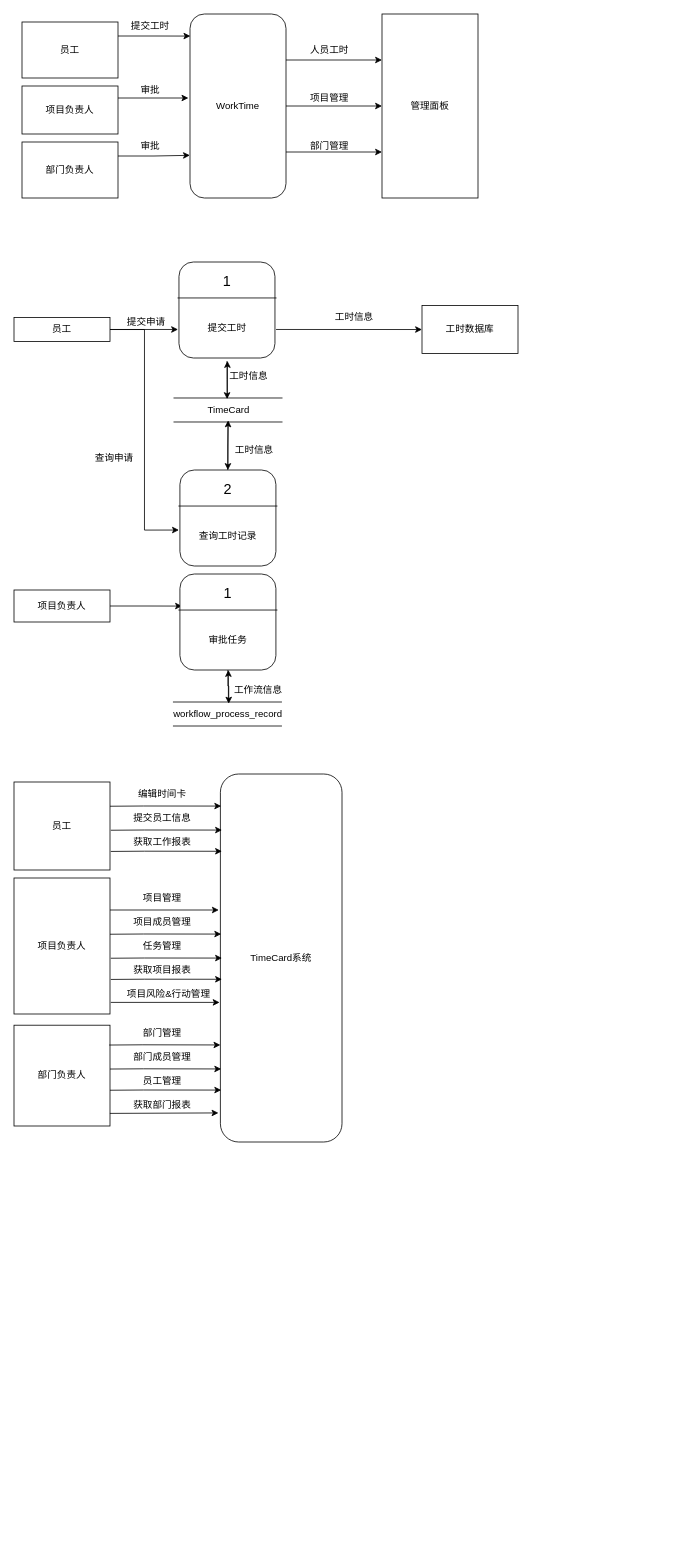
Alive0103/chart keeps this draw.io diagram as WorkTime/WorkTime.drawio. Above is the earlier version. Source tidied: cells renumbered, new cells numbered last; positions are measured from the earlier drawing's top-left corner, leaving out a move shared by most shapes. Both pictures are drawn from the tidied source at 80%, with x=0, y=0 at pixel (14, 14).
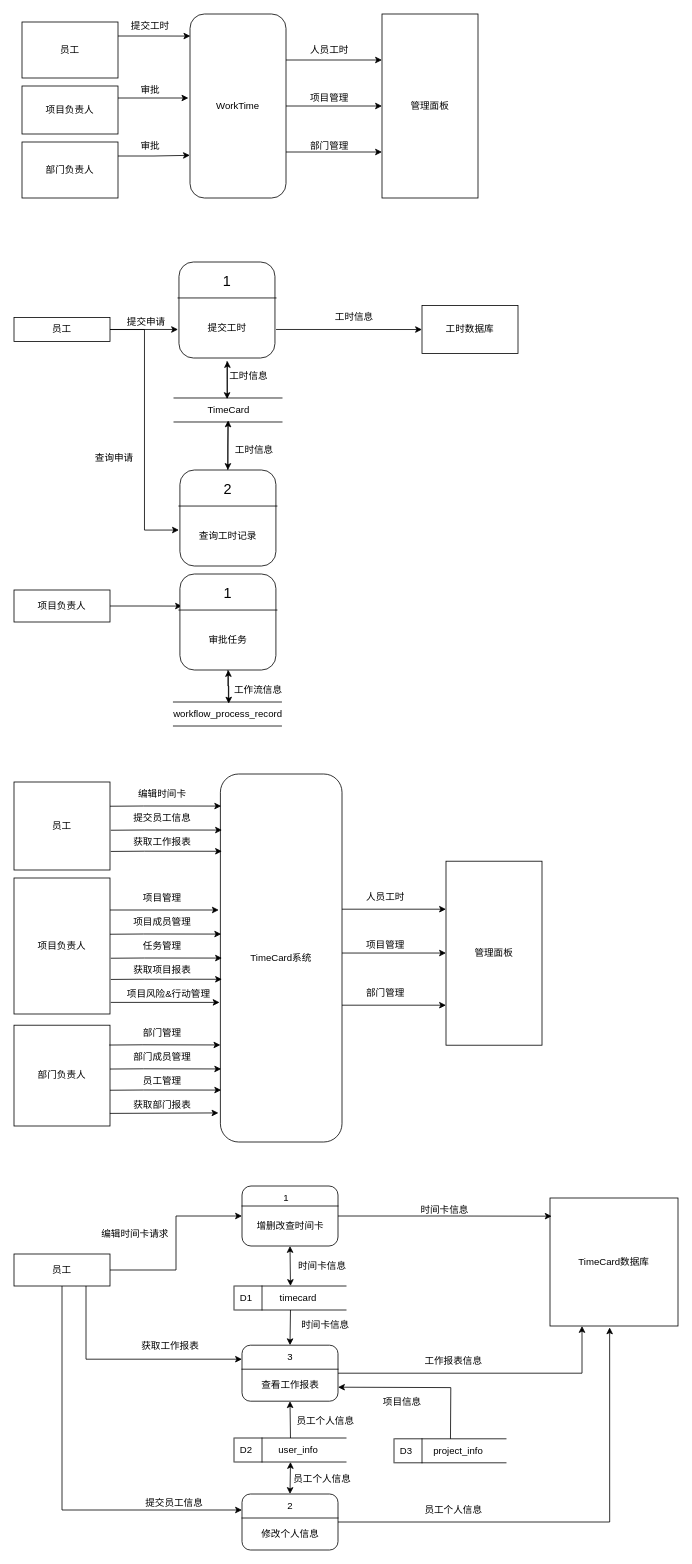
Above is the later version.

Change to the diagram source:
```diff
@@
+    <mxCell id="88" value="管理面板" style="rounded=0;whiteSpace=wrap;html=1;" parent="1" vertex="1">
+      <mxGeometry x="540" y="1059" width="120" height="230" as="geometry" />
+    </mxCell>
+    <mxCell id="89" value="人员工时" style="text;html=1;align=center;verticalAlign=middle;strokeColor=none;fillColor=none;" parent="1" vertex="1">
+      <mxGeometry x="429" y="1089" width="70" height="30" as="geometry" />
+    </mxCell>
+    <mxCell id="90" value="项目管理" style="text;html=1;align=center;verticalAlign=middle;strokeColor=none;fillColor=none;" parent="1" vertex="1">
+      <mxGeometry x="429" y="1149" width="70" height="30" as="geometry" />
+    </mxCell>
+    <mxCell id="91" value="部门管理" style="text;html=1;align=center;verticalAlign=middle;strokeColor=none;fillColor=none;" parent="1" vertex="1">
+      <mxGeometry x="429" y="1209" width="70" height="30" as="geometry" />
+    </mxCell>
+    <mxCell id="92" style="endArrow=classic;html=1;rounded=0;exitX=0.999;exitY=0.875;exitDx=0;exitDy=0;exitPerimeter=0;" parent="1" edge="1">
+      <mxGeometry relative="1" as="geometry">
+        <mxPoint x="410" y="1119" as="sourcePoint" />
+        <mxPoint x="540" y="1119" as="targetPoint" />
+      </mxGeometry>
+    </mxCell>
+    <mxCell id="93" style="endArrow=classic;html=1;rounded=0;exitX=0.999;exitY=0.875;exitDx=0;exitDy=0;exitPerimeter=0;" parent="1" edge="1">
+      <mxGeometry relative="1" as="geometry">
+        <mxPoint x="410" y="1173.8" as="sourcePoint" />
+        <mxPoint x="540" y="1173.8" as="targetPoint" />
+      </mxGeometry>
+    </mxCell>
+    <mxCell id="94" style="endArrow=classic;html=1;rounded=0;exitX=0.999;exitY=0.875;exitDx=0;exitDy=0;exitPerimeter=0;" parent="1" edge="1">
+      <mxGeometry relative="1" as="geometry">
+        <mxPoint x="410" y="1239" as="sourcePoint" />
+        <mxPoint x="540" y="1239" as="targetPoint" />
+      </mxGeometry>
+    </mxCell>
+    <mxCell id="95" style="edgeStyle=orthogonalEdgeStyle;rounded=0;jettySize=auto;html=1;exitX=1;exitY=0.5;exitDx=0;exitDy=0;entryX=0;entryY=0.5;entryDx=0;entryDy=0;" parent="1" edge="1" source="98" target="102">
+      <mxGeometry relative="1" as="geometry" />
+    </mxCell>
+    <mxCell id="96" style="edgeStyle=orthogonalEdgeStyle;rounded=0;jettySize=auto;html=1;exitX=0.75;exitY=1;exitDx=0;exitDy=0;entryX=0;entryY=0.25;entryDx=0;entryDy=0;" parent="1" edge="1" source="98" target="111">
+      <mxGeometry relative="1" as="geometry" />
+    </mxCell>
+    <mxCell id="97" style="edgeStyle=orthogonalEdgeStyle;rounded=0;jettySize=auto;html=1;exitX=0.5;exitY=1;exitDx=0;exitDy=0;entryX=0.5;entryY=0;entryDx=0;entryDy=0;" parent="1" edge="1" source="98" target="107">
+      <mxGeometry relative="1" as="geometry" />
+    </mxCell>
+    <mxCell id="98" value="员工" style="rounded=0;whiteSpace=wrap;html=1;" parent="1" vertex="1">
+      <mxGeometry y="1550" width="120" height="40" as="geometry" />
+    </mxCell>
+    <mxCell id="99" value="编辑时间卡请求" style="text;html=1;align=center;verticalAlign=middle;strokeColor=none;fillColor=none;" parent="1" vertex="1">
+      <mxGeometry x="96.2" y="1510" width="110" height="30" as="geometry" />
+    </mxCell>
+    <mxCell id="100" value="提交员工信息" style="text;html=1;align=center;verticalAlign=middle;strokeColor=none;fillColor=none;" parent="1" vertex="1">
+      <mxGeometry x="150" y="1846" width="100" height="30" as="geometry" />
+    </mxCell>
+    <mxCell id="101" value="获取工作报表" style="text;html=1;align=center;verticalAlign=middle;strokeColor=none;fillColor=none;" parent="1" vertex="1">
+      <mxGeometry x="145" y="1650" width="100" height="30" as="geometry" />
+    </mxCell>
+    <mxCell id="102" value="&lt;div style=&quot;&quot;&gt;&lt;br&gt;&lt;/div&gt;" style="rounded=1;whiteSpace=wrap;html=1;align=center;" parent="1" vertex="1">
+      <mxGeometry x="285" y="1465" width="120" height="75" as="geometry" />
+    </mxCell>
+    <mxCell id="103" style="shape=partialRectangle;whiteSpace=wrap;html=1;right=0;top=0;bottom=0;fillColor=none;routingCenterX=-0.5;rotation=-90;" parent="1" vertex="1">
+      <mxGeometry x="335" y="1420" width="20" height="120" as="geometry" />
+    </mxCell>
+    <mxCell id="104" value="1" style="text;html=1;align=center;verticalAlign=middle;strokeColor=none;fillColor=none;" parent="1" vertex="1">
+      <mxGeometry x="325" y="1465" width="30" height="30" as="geometry" />
+    </mxCell>
+    <mxCell id="105" value="增删改查时间卡" style="text;html=1;align=center;verticalAlign=middle;strokeColor=none;fillColor=none;" parent="1" vertex="1">
+      <mxGeometry x="290" y="1500" width="110" height="30" as="geometry" />
+    </mxCell>
+    <mxCell id="106" value="&lt;div style=&quot;&quot;&gt;&lt;br&gt;&lt;/div&gt;" style="rounded=1;whiteSpace=wrap;html=1;align=center;" parent="1" vertex="1">
+      <mxGeometry x="285" y="1850" width="120" height="70" as="geometry" />
+    </mxCell>
+    <mxCell id="107" style="shape=partialRectangle;whiteSpace=wrap;html=1;right=0;top=0;bottom=0;fillColor=none;routingCenterX=-0.5;rotation=-90;" parent="1" vertex="1">
+      <mxGeometry x="335" y="1810" width="20" height="120" as="geometry" />
+    </mxCell>
+    <mxCell id="108" value="2" style="text;html=1;align=center;verticalAlign=middle;strokeColor=none;fillColor=none;" parent="1" vertex="1">
+      <mxGeometry x="330" y="1850" width="30" height="30" as="geometry" />
+    </mxCell>
+    <mxCell id="109" value="修改个人信息" style="text;html=1;align=center;verticalAlign=middle;strokeColor=none;fillColor=none;" parent="1" vertex="1">
+      <mxGeometry x="295" y="1885" width="100" height="30" as="geometry" />
+    </mxCell>
+    <mxCell id="110" style="edgeStyle=orthogonalEdgeStyle;rounded=0;jettySize=auto;html=1;exitX=1;exitY=0.5;exitDx=0;exitDy=0;entryX=0.25;entryY=1;entryDx=0;entryDy=0;" parent="1" edge="1" source="111" target="133">
+      <mxGeometry relative="1" as="geometry" />
+    </mxCell>
+    <mxCell id="111" value="&lt;div style=&quot;&quot;&gt;&lt;br&gt;&lt;/div&gt;" style="rounded=1;whiteSpace=wrap;html=1;align=center;" parent="1" vertex="1">
+      <mxGeometry x="285" y="1664" width="120" height="70" as="geometry" />
+    </mxCell>
+    <mxCell id="112" style="shape=partialRectangle;whiteSpace=wrap;html=1;right=0;top=0;bottom=0;fillColor=none;routingCenterX=-0.5;rotation=-90;" parent="1" vertex="1">
+      <mxGeometry x="335" y="1624" width="20" height="120" as="geometry" />
+    </mxCell>
+    <mxCell id="113" value="3" style="text;html=1;align=center;verticalAlign=middle;strokeColor=none;fillColor=none;" parent="1" vertex="1">
+      <mxGeometry x="330" y="1664" width="30" height="30" as="geometry" />
+    </mxCell>
+    <mxCell id="114" value="查看工作报表" style="text;html=1;align=center;verticalAlign=middle;strokeColor=none;fillColor=none;" parent="1" vertex="1">
+      <mxGeometry x="295" y="1699" width="100" height="30" as="geometry" />
+    </mxCell>
+    <mxCell id="115" style="group;" parent="1" vertex="1">
+      <mxGeometry x="270" y="1590" width="145" height="30" as="geometry" />
+    </mxCell>
+    <mxCell id="116" style="shape=partialRectangle;whiteSpace=wrap;html=1;top=0;bottom=0;fillColor=none;rotation=-90;" parent="115" vertex="1">
+      <mxGeometry x="60.6" y="-54.4" width="30" height="138.8" as="geometry" />
+    </mxCell>
+    <mxCell id="117" style="shape=partialRectangle;whiteSpace=wrap;html=1;right=0;top=0;bottom=0;fillColor=none;routingCenterX=-0.5;" parent="115" vertex="1">
+      <mxGeometry x="5" width="20" height="30" as="geometry" />
+    </mxCell>
+    <mxCell id="118" style="shape=partialRectangle;whiteSpace=wrap;html=1;right=0;top=0;bottom=0;fillColor=none;routingCenterX=-0.5;" parent="115" vertex="1">
+      <mxGeometry x="40" width="30" height="30" as="geometry" />
+    </mxCell>
+    <mxCell id="119" value="D1" style="text;html=1;align=center;verticalAlign=middle;strokeColor=none;fillColor=none;" parent="115" vertex="1">
+      <mxGeometry width="40" height="30" as="geometry" />
+    </mxCell>
+    <mxCell id="120" value="timecard" style="text;html=1;align=center;verticalAlign=middle;strokeColor=none;fillColor=none;" parent="115" vertex="1">
+      <mxGeometry x="50" width="70" height="30" as="geometry" />
+    </mxCell>
+    <mxCell id="121" style="group;" parent="1" vertex="1">
+      <mxGeometry x="270" y="1780" width="145" height="30" as="geometry" />
+    </mxCell>
+    <mxCell id="122" style="shape=partialRectangle;whiteSpace=wrap;html=1;top=0;bottom=0;fillColor=none;rotation=-90;" parent="121" vertex="1">
+      <mxGeometry x="60.6" y="-54.4" width="30" height="138.8" as="geometry" />
+    </mxCell>
+    <mxCell id="123" style="shape=partialRectangle;whiteSpace=wrap;html=1;right=0;top=0;bottom=0;fillColor=none;routingCenterX=-0.5;" parent="121" vertex="1">
+      <mxGeometry x="5" width="20" height="30" as="geometry" />
+    </mxCell>
+    <mxCell id="124" style="shape=partialRectangle;whiteSpace=wrap;html=1;right=0;top=0;bottom=0;fillColor=none;routingCenterX=-0.5;" parent="121" vertex="1">
+      <mxGeometry x="40" width="30" height="30" as="geometry" />
+    </mxCell>
+    <mxCell id="125" value="D2" style="text;html=1;align=center;verticalAlign=middle;strokeColor=none;fillColor=none;" parent="121" vertex="1">
+      <mxGeometry width="40" height="30" as="geometry" />
+    </mxCell>
+    <mxCell id="126" value="user_info" style="text;html=1;align=center;verticalAlign=middle;strokeColor=none;fillColor=none;" parent="121" vertex="1">
+      <mxGeometry x="50" width="70" height="30" as="geometry" />
+    </mxCell>
+    <mxCell id="127" style="group;" parent="1" vertex="1">
+      <mxGeometry x="470" y="1781" width="145" height="30" as="geometry" />
+    </mxCell>
+    <mxCell id="128" style="shape=partialRectangle;whiteSpace=wrap;html=1;top=0;bottom=0;fillColor=none;rotation=-90;" parent="127" vertex="1">
+      <mxGeometry x="60.6" y="-54.4" width="30" height="138.8" as="geometry" />
+    </mxCell>
+    <mxCell id="129" style="shape=partialRectangle;whiteSpace=wrap;html=1;right=0;top=0;bottom=0;fillColor=none;routingCenterX=-0.5;" parent="127" vertex="1">
+      <mxGeometry x="5" width="20" height="30" as="geometry" />
+    </mxCell>
+    <mxCell id="130" style="shape=partialRectangle;whiteSpace=wrap;html=1;right=0;top=0;bottom=0;fillColor=none;routingCenterX=-0.5;" parent="127" vertex="1">
+      <mxGeometry x="40" width="30" height="30" as="geometry" />
+    </mxCell>
+    <mxCell id="131" value="D3" style="text;html=1;align=center;verticalAlign=middle;strokeColor=none;fillColor=none;" parent="127" vertex="1">
+      <mxGeometry width="40" height="30" as="geometry" />
+    </mxCell>
+    <mxCell id="132" value="project_info" style="text;html=1;align=center;verticalAlign=middle;strokeColor=none;fillColor=none;" parent="127" vertex="1">
+      <mxGeometry x="40" width="90" height="30" as="geometry" />
+    </mxCell>
+    <mxCell id="133" value="TimeCard数据库" style="rounded=0;whiteSpace=wrap;html=1;" parent="1" vertex="1">
+      <mxGeometry x="670" y="1480" width="160" height="160" as="geometry" />
+    </mxCell>
+    <mxCell id="134" value="时间卡信息" style="text;html=1;align=center;verticalAlign=middle;strokeColor=none;fillColor=none;" parent="1" vertex="1">
+      <mxGeometry x="497.5" y="1480" width="80" height="30" as="geometry" />
+    </mxCell>
+    <mxCell id="135" value="工作报表信息" style="text;html=1;align=center;verticalAlign=middle;strokeColor=none;fillColor=none;" parent="1" vertex="1">
+      <mxGeometry x="499" y="1669" width="100" height="30" as="geometry" />
+    </mxCell>
+    <mxCell id="136" value="员工个人信息" style="text;html=1;align=center;verticalAlign=middle;strokeColor=none;fillColor=none;" parent="1" vertex="1">
+      <mxGeometry x="499" y="1855" width="100" height="30" as="geometry" />
+    </mxCell>
+    <mxCell id="137" value="时间卡信息" style="text;html=1;align=center;verticalAlign=middle;strokeColor=none;fillColor=none;" parent="1" vertex="1">
+      <mxGeometry x="345" y="1550" width="80" height="30" as="geometry" />
+    </mxCell>
+    <mxCell id="138" value="员工个人信息" style="text;html=1;align=center;verticalAlign=middle;strokeColor=none;fillColor=none;" parent="1" vertex="1">
+      <mxGeometry x="335" y="1816" width="100" height="30" as="geometry" />
+    </mxCell>
+    <mxCell id="139" value="项目信息" style="text;html=1;align=center;verticalAlign=middle;strokeColor=none;fillColor=none;" parent="1" vertex="1">
+      <mxGeometry x="450" y="1720" width="70" height="30" as="geometry" />
+    </mxCell>
+    <mxCell id="140" style="edgeStyle=orthogonalEdgeStyle;rounded=0;jettySize=auto;html=1;exitX=1;exitY=0.5;exitDx=0;exitDy=0;entryX=0.466;entryY=1.011;entryDx=0;entryDy=0;entryPerimeter=0;" parent="1" edge="1" source="106" target="133">
+      <mxGeometry relative="1" as="geometry" />
+    </mxCell>
+    <mxCell id="141" style="endArrow=classic;startArrow=classic;html=1;rounded=0;exitX=0.5;exitY=0;exitDx=0;exitDy=0;entryX=0;entryY=0.5;entryDx=0;entryDy=0;" parent="1" edge="1" source="106" target="122">
+      <mxGeometry relative="1" as="geometry" />
+    </mxCell>
+    <mxCell id="142" style="edgeStyle=orthogonalEdgeStyle;rounded=0;jettySize=auto;html=1;exitX=1;exitY=0.5;exitDx=0;exitDy=0;entryX=0.013;entryY=0.142;entryDx=0;entryDy=0;entryPerimeter=0;" parent="1" edge="1" source="102" target="133">
+      <mxGeometry relative="1" as="geometry" />
+    </mxCell>
+    <mxCell id="143" style="endArrow=classic;startArrow=classic;html=1;rounded=0;exitX=1;exitY=0.5;exitDx=0;exitDy=0;entryX=0.5;entryY=1;entryDx=0;entryDy=0;" parent="1" edge="1" source="116" target="102">
+      <mxGeometry relative="1" as="geometry" />
+    </mxCell>
+    <mxCell id="144" value="时间卡信息" style="text;html=1;align=center;verticalAlign=middle;strokeColor=none;fillColor=none;" parent="1" vertex="1">
+      <mxGeometry x="349" y="1624" width="80" height="30" as="geometry" />
+    </mxCell>
+    <mxCell id="145" style="endArrow=classic;html=1;rounded=0;exitX=1;exitY=0.5;exitDx=0;exitDy=0;entryX=0.5;entryY=1;entryDx=0;entryDy=0;" parent="1" edge="1" source="122" target="111">
+      <mxGeometry relative="1" as="geometry" />
+    </mxCell>
+    <mxCell id="146" style="endArrow=classic;html=1;rounded=0;exitX=0;exitY=0.5;exitDx=0;exitDy=0;entryX=0.5;entryY=0;entryDx=0;entryDy=0;" parent="1" edge="1" source="116" target="111">
+      <mxGeometry relative="1" as="geometry" />
+    </mxCell>
+    <mxCell id="147" style="endArrow=classic;html=1;rounded=0;exitX=1;exitY=0.5;exitDx=0;exitDy=0;entryX=1;entryY=0.75;entryDx=0;entryDy=0;" parent="1" edge="1" source="128" target="111">
+      <mxGeometry relative="1" as="geometry">
+        <Array as="points">
+          <mxPoint x="546" y="1717" />
+        </Array>
+      </mxGeometry>
+    </mxCell>
+    <mxCell id="148" value="员工个人信息" style="text;html=1;align=center;verticalAlign=middle;strokeColor=none;fillColor=none;" parent="1" vertex="1">
+      <mxGeometry x="339" y="1744" width="100" height="30" as="geometry" />
+    </mxCell>
```
